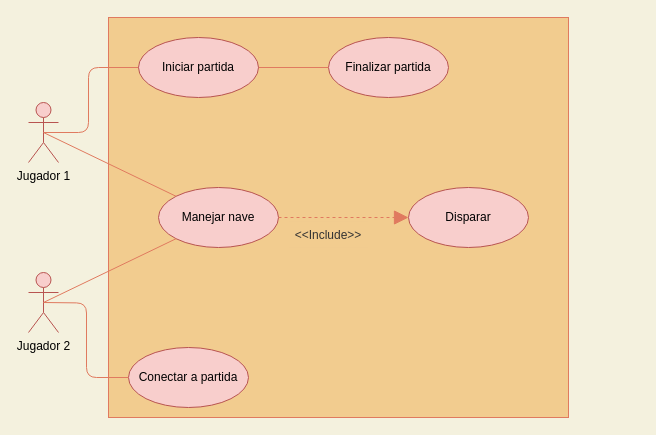
This is Ejercicio3_juegomóvil.drawio from CrisBlaMar/DiagramaUML, a draw.io file, before an edit. Source tidied: cells renumbered, new cells numbered last; positions are measured from the earlier drawing's top-left corner, leaving out a move shared by most shapes. Both pictures are drawn from the tidied source at 100%, with x=0, y=0 at pixel (28, 17).
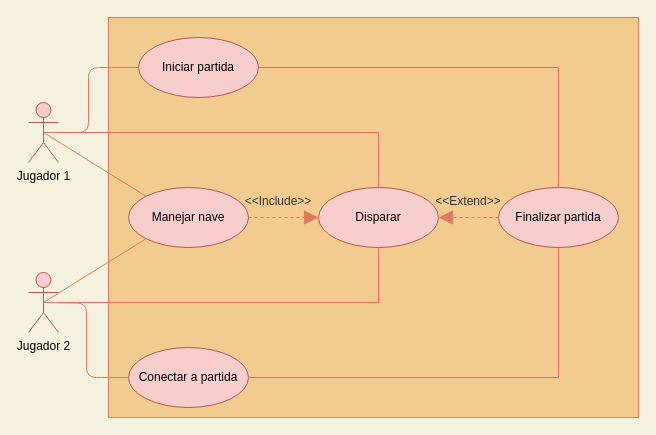
After the change.

Unchanged cells that the change refers to:
```xml
<mxCell id="2" value="Jugador 1" style="shape=umlActor;verticalLabelPosition=bottom;verticalAlign=top;html=1;rounded=0;sketch=0;strokeColor=#b85450;fillColor=#f8cecc;" parent="1" vertex="1">
  <mxGeometry y="85" width="30" height="60" as="geometry" />
</mxCell>
<mxCell id="3" value="Jugador 2" style="shape=umlActor;verticalLabelPosition=bottom;verticalAlign=top;html=1;rounded=0;sketch=0;strokeColor=#b85450;fillColor=#f8cecc;" parent="1" vertex="1">
  <mxGeometry y="255" width="30" height="60" as="geometry" />
</mxCell>
<mxCell id="7" value="Conectar a partida" style="ellipse;whiteSpace=wrap;html=1;rounded=0;sketch=0;strokeColor=#b85450;fillColor=#f8cecc;" parent="1" vertex="1">
  <mxGeometry x="100" y="330" width="120" height="60" as="geometry" />
</mxCell>
<mxCell id="13" value="Iniciar partida" style="ellipse;whiteSpace=wrap;html=1;rounded=0;sketch=0;strokeColor=#b85450;fillColor=#f8cecc;" parent="1" vertex="1">
  <mxGeometry x="110" y="20" width="120" height="60" as="geometry" />
</mxCell>
```

What changed in the source:
```diff
@@
     <mxCell id="4" style="rounded=0;whiteSpace=wrap;html=1;sketch=0;strokeColor=#E07A5F;fillColor=#F2CC8F;fontColor=#393C56;" parent="1" vertex="1">
-      <mxGeometry x="80" width="460" height="400" as="geometry" />
+      <mxGeometry x="80" width="530" height="400" as="geometry" />
     </mxCell>
     <mxCell id="5" value="Finalizar partida" style="ellipse;whiteSpace=wrap;html=1;rounded=0;sketch=0;strokeColor=#b85450;fillColor=#f8cecc;" parent="1" vertex="1">
-      <mxGeometry x="300" y="20" width="120" height="60" as="geometry" />
+      <mxGeometry x="470" y="170" width="120" height="60" as="geometry" />
     </mxCell>
-    <mxCell id="6" style="endArrow=none;html=1;edgeStyle=orthogonalEdgeStyle;strokeColor=#E07A5F;fillColor=#F2CC8F;fontColor=#393C56;exitX=0.5;exitY=0.5;exitDx=0;exitDy=0;exitPerimeter=0;entryX=0;entryY=0.5;entryDx=0;entryDy=0;" parent="1" edge="1" source="2" target="5">
-      <mxGeometry relative="1" as="geometry">
-        <Array as="points">
-          <mxPoint x="60" y="115" />
-          <mxPoint x="60" y="50" />
-        </Array>
-      </mxGeometry>
-    </mxCell>
+    <mxCell id="16" style="edgeStyle=orthogonalEdgeStyle;rounded=0;jettySize=auto;html=1;entryX=0.5;entryY=1;entryDx=0;entryDy=0;endArrow=none;endFill=0;strokeColor=#EA6B66;" parent="1" edge="1" source="7" target="5">
+      <mxGeometry relative="1" as="geometry" />
+    </mxCell>
@@
     <mxCell id="9" value="Manejar nave" style="ellipse;whiteSpace=wrap;html=1;rounded=0;sketch=0;strokeColor=#b85450;fillColor=#f8cecc;" parent="1" vertex="1">
-      <mxGeometry x="130" y="170" width="120" height="60" as="geometry" />
+      <mxGeometry x="100" y="170" width="120" height="60" as="geometry" />
     </mxCell>
@@
     <mxCell id="12" value="Disparar" style="ellipse;whiteSpace=wrap;html=1;rounded=0;sketch=0;strokeColor=#b85450;fillColor=#f8cecc;" parent="1" vertex="1">
-      <mxGeometry x="380" y="170" width="120" height="60" as="geometry" />
+      <mxGeometry x="290" y="170" width="120" height="60" as="geometry" />
     </mxCell>
+    <mxCell id="17" style="edgeStyle=orthogonalEdgeStyle;rounded=0;jettySize=auto;html=1;entryX=0.5;entryY=0;entryDx=0;entryDy=0;endArrow=none;endFill=0;strokeColor=#EA6B66;" parent="1" edge="1" source="13" target="5">
+      <mxGeometry relative="1" as="geometry" />
+    </mxCell>
@@
     <mxCell id="14" style="endArrow=block;dashed=1;endFill=1;endSize=12;html=1;strokeColor=#E07A5F;fillColor=#F2CC8F;fontColor=#393C56;exitX=1;exitY=0.5;exitDx=0;exitDy=0;" parent="1" edge="1" source="9">
       <mxGeometry relative="1" as="geometry">
-        <mxPoint x="380" y="200" as="targetPoint" />
+        <mxPoint x="290" y="200" as="targetPoint" />
       </mxGeometry>
     </mxCell>
-    <mxCell id="15" value="&lt;&lt;Include&gt;&gt;" style="text;align=center;fontStyle=0;verticalAlign=middle;spacingLeft=3;spacingRight=3;strokeColor=none;rounded=0;sketch=0;fillColor=#F2CC8F;fontColor=#333333;" parent="1" vertex="1">
-      <mxGeometry x="260" y="204" width="80" height="26" as="geometry" />
+    <mxCell id="15" value="&lt;&lt;Include&gt;&gt;" style="text;align=center;fontStyle=0;verticalAlign=middle;spacingLeft=3;spacingRight=3;strokeColor=none;rounded=0;sketch=0;fontColor=#333333;" parent="1" vertex="1">
+      <mxGeometry x="210" y="170" width="80" height="26" as="geometry" />
     </mxCell>
+    <mxCell id="18" style="endArrow=block;dashed=1;endFill=1;endSize=12;html=1;strokeColor=#E07A5F;fillColor=#F2CC8F;fontColor=#393C56;exitX=0;exitY=0.5;exitDx=0;exitDy=0;entryX=1;entryY=0.5;entryDx=0;entryDy=0;" parent="1" edge="1" source="5" target="12">
+      <mxGeometry relative="1" as="geometry" />
+    </mxCell>
+    <mxCell id="19" value="&lt;&lt;Extend&gt;&gt;" style="text;align=center;fontStyle=0;verticalAlign=middle;spacingLeft=3;spacingRight=3;strokeColor=none;rounded=0;sketch=0;fontColor=#333333;" parent="1" vertex="1">
+      <mxGeometry x="400" y="170" width="80" height="26" as="geometry" />
+    </mxCell>
+    <mxCell id="20" style="edgeStyle=orthogonalEdgeStyle;rounded=0;jettySize=auto;html=1;entryX=0.5;entryY=1;entryDx=0;entryDy=0;endArrow=none;endFill=0;strokeColor=#EA6B66;" parent="1" edge="1" source="3" target="12">
+      <mxGeometry relative="1" as="geometry" />
+    </mxCell>
+    <mxCell id="6" style="endArrow=none;html=1;edgeStyle=orthogonalEdgeStyle;strokeColor=#E07A5F;fillColor=#F2CC8F;fontColor=#393C56;exitX=0.5;exitY=0.5;exitDx=0;exitDy=0;exitPerimeter=0;entryX=0;entryY=0.5;entryDx=0;entryDy=0;" parent="1" edge="1" source="2" target="13">
+      <mxGeometry relative="1" as="geometry">
+        <Array as="points">
+          <mxPoint x="60" y="115" />
+          <mxPoint x="60" y="50" />
+        </Array>
+      </mxGeometry>
+    </mxCell>
+    <mxCell id="21" style="edgeStyle=orthogonalEdgeStyle;rounded=0;jettySize=auto;html=1;entryX=0.5;entryY=0;entryDx=0;entryDy=0;endArrow=none;endFill=0;strokeColor=#EA6B66;" parent="1" edge="1" source="2" target="12">
+      <mxGeometry relative="1" as="geometry" />
+    </mxCell>
```
